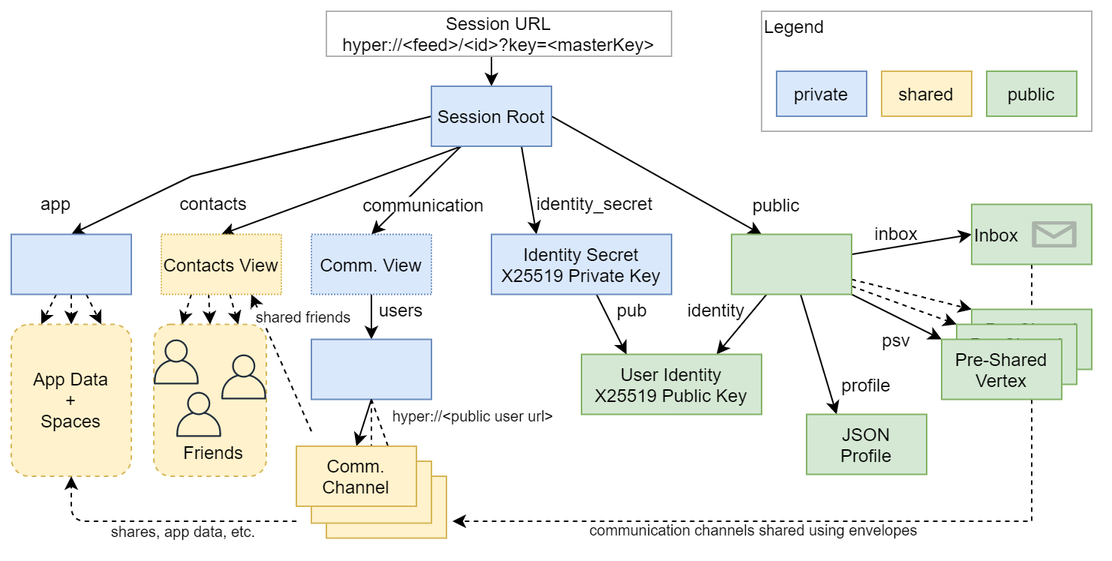
This is docs/session.png from fsteff/certacrypt, a draw.io export, as it was before one commit. Source tidied: cells renumbered, new cells last; positions are measured from the earlier drawing's top-left corner, leaving out a move shared by most shapes.
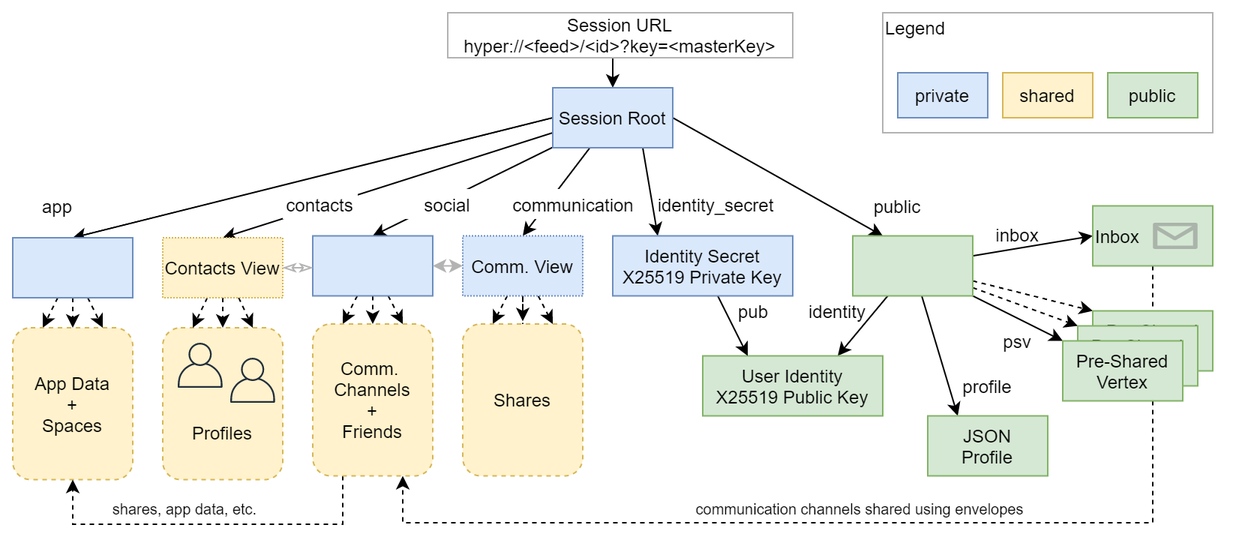
The same file after the commit.

Diff of the diagram source:
```diff
@@ -2,26 +2,17 @@
   <root>
     <mxCell id="0" />
     <mxCell id="1" parent="0" />
-    <mxCell id="2" style="edgeStyle=none;rounded=0;jettySize=auto;html=1;dashed=1;" parent="1" edge="1" source="35">
+    <mxCell id="2" style="edgeStyle=none;rounded=0;jettySize=auto;html=1;dashed=1;entryX=0.75;entryY=1;entryDx=0;entryDy=0;" parent="1" edge="1" source="35" target="82">
       <mxGeometry relative="1" as="geometry">
-        <mxPoint x="294" y="340" as="targetPoint" />
         <Array as="points">
           <mxPoint x="680" y="340" />
+          <mxPoint x="180" y="340" />
         </Array>
       </mxGeometry>
     </mxCell>
     <mxCell id="3" style="rounded=1;whiteSpace=wrap;html=1;fillColor=#fff2cc;dashed=1;strokeColor=#d6b656;" parent="1" vertex="1">
-      <mxGeometry x="95" y="208.8" width="75" height="101.2" as="geometry" />
+      <mxGeometry x="20" y="210" width="80" height="101.2" as="geometry" />
     </mxCell>
-    <mxCell id="4" style="endArrow=classic;html=1;exitX=0.5;exitY=1;exitDx=0;exitDy=0;entryX=0.605;entryY=0.017;entryDx=0;entryDy=0;dashed=1;entryPerimeter=0;" parent="1" edge="1" source="52" target="5">
-      <mxGeometry relative="1" as="geometry" />
-    </mxCell>
-    <mxCell id="5" style="rounded=0;whiteSpace=wrap;html=1;fillColor=#fff2cc;strokeColor=#d6b656;" parent="1" vertex="1">
-      <mxGeometry x="210" y="310" width="80" height="41.2" as="geometry" />
-    </mxCell>
-    <mxCell id="6" style="rounded=0;whiteSpace=wrap;html=1;fillColor=#fff2cc;strokeColor=#d6b656;" parent="1" vertex="1">
-      <mxGeometry x="200" y="300" width="80" height="41.2" as="geometry" />
-    </mxCell>
     <mxCell id="7" style="endArrow=classic;html=1;" parent="1" edge="1">
       <mxGeometry relative="1" as="geometry">
         <mxPoint x="320" y="30" as="sourcePoint" />
@@ -37,7 +28,7 @@
     <mxCell id="10" style="edgeStyle=none;rounded=0;jettySize=auto;html=1;entryX=0.25;entryY=0;entryDx=0;entryDy=0;exitX=0.75;exitY=1;exitDx=0;exitDy=0;" parent="1" edge="1" source="14" target="31">
       <mxGeometry relative="1" as="geometry" />
     </mxCell>
-    <mxCell id="11" style="edgeStyle=none;rounded=0;jettySize=auto;html=1;entryX=0.5;entryY=0;entryDx=0;entryDy=0;exitX=0.25;exitY=1;exitDx=0;exitDy=0;" parent="1" edge="1" source="14" target="41">
+    <mxCell id="11" style="edgeStyle=none;rounded=0;jettySize=auto;html=1;entryX=0.5;entryY=0;entryDx=0;entryDy=0;exitX=0;exitY=0.75;exitDx=0;exitDy=0;" parent="1" edge="1" source="14" target="41">
       <mxGeometry relative="1" as="geometry" />
     </mxCell>
     <mxCell id="12" style="edgeStyle=none;rounded=0;jettySize=auto;html=1;entryX=0.5;entryY=0;entryDx=0;entryDy=0;exitX=0;exitY=0.5;exitDx=0;exitDy=0;" parent="1" edge="1" source="14" target="46">
@@ -50,6 +41,9 @@
     <mxCell id="13" style="rounded=0;jettySize=auto;html=1;entryX=0.5;entryY=0;entryDx=0;entryDy=0;" parent="1" edge="1" source="14" target="50">
       <mxGeometry relative="1" as="geometry" />
     </mxCell>
+    <mxCell id="72" style="edgeStyle=none;rounded=0;jettySize=auto;html=1;entryX=0.5;entryY=0;entryDx=0;entryDy=0;" parent="1" edge="1" source="14" target="80">
+      <mxGeometry relative="1" as="geometry" />
+    </mxCell>
     <mxCell id="14" value="Session Root" style="rounded=0;whiteSpace=wrap;html=1;fillColor=#dae8fc;strokeColor=#6c8ebf;" parent="1" vertex="1">
       <mxGeometry x="280" y="50" width="80" height="40" as="geometry" />
     </mxCell>
@@ -122,20 +116,22 @@
     <mxCell id="37" value="inbox" style="text;html=1;strokeColor=none;fillColor=none;align=center;verticalAlign=middle;whiteSpace=wrap;rounded=0;" parent="1" vertex="1">
       <mxGeometry x="570" y="137.5" width="40" height="20" as="geometry" />
     </mxCell>
-    <mxCell id="38" style="rounded=0;jettySize=auto;html=1;entryX=0.25;entryY=0;entryDx=0;entryDy=0;dashed=1;exitX=0.25;exitY=1;exitDx=0;exitDy=0;" parent="1" edge="1" source="41" target="3">
+    <mxCell id="38" style="rounded=0;jettySize=auto;html=1;entryX=0.25;entryY=0;entryDx=0;entryDy=0;dashed=1;exitX=0.371;exitY=1.001;exitDx=0;exitDy=0;exitPerimeter=0;" parent="1" edge="1" source="41" target="3">
       <mxGeometry relative="1" as="geometry" />
     </mxCell>
-    <mxCell id="39" style="edgeStyle=none;rounded=0;jettySize=auto;html=1;entryX=0.5;entryY=0;entryDx=0;entryDy=0;dashed=1;exitX=0.394;exitY=0.987;exitDx=0;exitDy=0;exitPerimeter=0;" parent="1" edge="1" source="41" target="3">
+    <mxCell id="39" style="edgeStyle=none;rounded=0;jettySize=auto;html=1;entryX=0.5;entryY=0;entryDx=0;entryDy=0;dashed=1;exitX=0.5;exitY=1;exitDx=0;exitDy=0;" parent="1" edge="1" source="41" target="3">
       <mxGeometry relative="1" as="geometry" />
     </mxCell>
-    <mxCell id="40" style="edgeStyle=none;rounded=0;jettySize=auto;html=1;entryX=0.75;entryY=0;entryDx=0;entryDy=0;dashed=1;" parent="1" edge="1" source="41" target="3">
-      <mxGeometry relative="1" as="geometry" />
+    <mxCell id="40" style="edgeStyle=none;rounded=0;jettySize=auto;html=1;entryX=0.75;entryY=0;entryDx=0;entryDy=0;dashed=1;" parent="1" edge="1" target="3">
+      <mxGeometry relative="1" as="geometry">
+        <mxPoint x="70.6" y="190" as="sourcePoint" />
+      </mxGeometry>
     </mxCell>
     <mxCell id="41" value="Contacts View" style="rounded=0;whiteSpace=wrap;html=1;fillColor=#fff2cc;dashed=1;dashPattern=1 1;strokeColor=#d6b656;" parent="1" vertex="1">
-      <mxGeometry x="100" y="148.8" width="80" height="40" as="geometry" />
+      <mxGeometry x="20" y="150" width="80" height="40" as="geometry" />
     </mxCell>
     <mxCell id="42" value="app" style="text;html=1;strokeColor=none;fillColor=none;align=center;verticalAlign=middle;whiteSpace=wrap;rounded=0;" parent="1" vertex="1">
-      <mxGeometry x="10" y="117.5" width="40" height="20" as="geometry" />
+      <mxGeometry x="-70" y="118.8" width="40" height="20" as="geometry" />
     </mxCell>
     <mxCell id="43" style="edgeStyle=none;rounded=0;jettySize=auto;html=1;dashed=1;" parent="1" edge="1" source="46" target="48">
       <mxGeometry relative="1" as="geometry" />
@@ -147,74 +143,51 @@
       <mxGeometry relative="1" as="geometry" />
     </mxCell>
     <mxCell id="46" style="rounded=0;whiteSpace=wrap;html=1;fillColor=#dae8fc;strokeColor=#6c8ebf;" parent="1" vertex="1">
-      <mxGeometry y="148.8" width="80" height="40" as="geometry" />
+      <mxGeometry x="-80" y="150" width="80" height="40" as="geometry" />
     </mxCell>
-    <mxCell id="47" value="contacts" style="text;html=1;strokeColor=none;fillColor=none;align=center;verticalAlign=middle;whiteSpace=wrap;rounded=0;" parent="1" vertex="1">
-      <mxGeometry x="110" y="117.5" width="50" height="20" as="geometry" />
+    <mxCell id="47" value="contacts" style="text;html=1;strokeColor=none;align=center;verticalAlign=middle;whiteSpace=wrap;rounded=0;fillColor=#ffffff;" parent="1" vertex="1">
+      <mxGeometry x="100" y="117.5" width="50" height="20" as="geometry" />
     </mxCell>
     <mxCell id="48" value="App Data&lt;br&gt;+&lt;br&gt;Spaces" style="rounded=1;whiteSpace=wrap;html=1;dashed=1;fillColor=#fff2cc;strokeColor=#d6b656;" parent="1" vertex="1">
-      <mxGeometry y="208.8" width="80" height="101.2" as="geometry" />
+      <mxGeometry x="-80" y="210" width="80" height="101.2" as="geometry" />
     </mxCell>
-    <mxCell id="49" style="edgeStyle=none;rounded=0;jettySize=auto;html=1;entryX=0.5;entryY=0;entryDx=0;entryDy=0;" parent="1" edge="1" source="50" target="52">
-      <mxGeometry relative="1" as="geometry" />
-    </mxCell>
+    <mxCell id="73" style="edgeStyle=orthogonalEdgeStyle;rounded=0;jettySize=auto;html=1;entryX=0.5;entryY=-0.018;entryDx=0;entryDy=0;entryPerimeter=0;dashed=1;" parent="1" edge="1" source="50" target="76">
+      <mxGeometry relative="1" as="geometry" />
+    </mxCell>
+    <mxCell id="74" style="rounded=0;jettySize=auto;html=1;entryX=0.75;entryY=0;entryDx=0;entryDy=0;dashed=1;" parent="1" edge="1" source="50" target="76">
+      <mxGeometry relative="1" as="geometry" />
+    </mxCell>
+    <mxCell id="75" style="edgeStyle=none;rounded=0;jettySize=auto;html=1;entryX=0.25;entryY=0;entryDx=0;entryDy=0;dashed=1;" parent="1" edge="1" source="50" target="76">
+      <mxGeometry relative="1" as="geometry" />
+    </mxCell>
     <mxCell id="50" value="Comm. View" style="rounded=0;whiteSpace=wrap;html=1;fillColor=#dae8fc;dashed=1;dashPattern=1 1;strokeColor=#6c8ebf;" parent="1" vertex="1">
-      <mxGeometry x="200" y="148.8" width="80" height="40" as="geometry" />
+      <mxGeometry x="220" y="148.8" width="80" height="40" as="geometry" />
     </mxCell>
-    <mxCell id="51" value="&lt;font style=&quot;font-size: 12px&quot;&gt;communication&lt;/font&gt;" style="text;html=1;strokeColor=none;align=center;verticalAlign=middle;whiteSpace=wrap;rounded=0;fillColor=#FFFFFF;" parent="1" vertex="1">
-      <mxGeometry x="230" y="123.8" width="90" height="10" as="geometry" />
+    <mxCell id="51" value="&lt;font style=&quot;font-size: 12px&quot;&gt;social&lt;/font&gt;" style="text;html=1;strokeColor=none;align=center;verticalAlign=middle;whiteSpace=wrap;rounded=0;fillColor=#ffffff;" parent="1" vertex="1">
+      <mxGeometry x="180" y="117.5" width="60" height="20" as="geometry" />
     </mxCell>
-    <mxCell id="52" style="rounded=0;whiteSpace=wrap;html=1;fillColor=#dae8fc;strokeColor=#6c8ebf;" parent="1" vertex="1">
-      <mxGeometry x="200" y="218.8" width="80" height="40" as="geometry" />
-    </mxCell>
-    <mxCell id="53" value="users" style="text;html=1;strokeColor=none;fillColor=none;align=center;verticalAlign=middle;whiteSpace=wrap;rounded=0;" parent="1" vertex="1">
-      <mxGeometry x="240" y="188.8" width="40" height="20" as="geometry" />
-    </mxCell>
-    <mxCell id="54" style="endArrow=classic;html=1;exitX=0.5;exitY=1;exitDx=0;exitDy=0;entryX=0.5;entryY=0;entryDx=0;entryDy=0;" parent="1" edge="1" source="52" target="57">
-      <mxGeometry relative="1" as="geometry" />
-    </mxCell>
-    <mxCell id="55" style="endArrow=classic;html=1;exitX=0.5;exitY=1;exitDx=0;exitDy=0;entryX=0.5;entryY=0;entryDx=0;entryDy=0;dashed=1;" parent="1" edge="1" source="52" target="6">
-      <mxGeometry relative="1" as="geometry" />
-    </mxCell>
-    <mxCell id="56" value="&lt;font style=&quot;font-size: 10px&quot;&gt;hyper://&amp;lt;public user url&amp;gt;&lt;/font&gt;" style="text;html=1;strokeColor=none;fillColor=none;align=center;verticalAlign=middle;whiteSpace=wrap;rounded=0;" parent="1" vertex="1">
-      <mxGeometry x="250" y="258.8" width="116" height="20" as="geometry" />
-    </mxCell>
-    <mxCell id="57" value="Comm.&lt;br&gt;Channel" style="rounded=0;whiteSpace=wrap;html=1;fillColor=#fff2cc;strokeColor=#d6b656;" parent="1" vertex="1">
-      <mxGeometry x="190" y="290" width="80" height="40" as="geometry" />
-    </mxCell>
-    <mxCell id="58" style="endArrow=classic;html=1;dashed=1;entryX=0.5;entryY=1;entryDx=0;entryDy=0;edgeStyle=orthogonalEdgeStyle;" parent="1" edge="1" target="48">
+    <mxCell id="58" style="endArrow=classic;html=1;dashed=1;entryX=0.5;entryY=1;entryDx=0;entryDy=0;edgeStyle=orthogonalEdgeStyle;exitX=0.25;exitY=1;exitDx=0;exitDy=0;rounded=0;" parent="1" edge="1" source="82" target="48">
       <mxGeometry relative="1" as="geometry">
-        <mxPoint x="190" y="340" as="sourcePoint" />
         <Array as="points">
-          <mxPoint x="40" y="340" />
+          <mxPoint x="140" y="341" />
+          <mxPoint x="-40" y="341" />
         </Array>
       </mxGeometry>
     </mxCell>
-    <mxCell id="59" style="endArrow=classic;html=1;dashed=1;entryX=0.75;entryY=1;entryDx=0;entryDy=0;" parent="1" edge="1" target="41">
-      <mxGeometry relative="1" as="geometry">
-        <mxPoint x="200" y="280" as="sourcePoint" />
-      </mxGeometry>
-    </mxCell>
     <mxCell id="60" value="&lt;font style=&quot;font-size: 10px&quot;&gt;shares, app data, etc.&lt;/font&gt;" style="text;html=1;strokeColor=none;fillColor=none;align=center;verticalAlign=middle;whiteSpace=wrap;rounded=0;" parent="1" vertex="1">
-      <mxGeometry x="30" y="341.2" width="170" height="8.8" as="geometry" />
+      <mxGeometry x="-50" y="320" width="170" height="20.6" as="geometry" />
     </mxCell>
-    <mxCell id="61" value="&lt;font style=&quot;font-size: 10px&quot;&gt;shared friends&lt;/font&gt;" style="text;html=1;strokeColor=none;align=center;verticalAlign=middle;whiteSpace=wrap;rounded=0;fillColor=#ffffff;" parent="1" vertex="1">
-      <mxGeometry x="160" y="197.5" width="70" height="11.2" as="geometry" />
-    </mxCell>
     <mxCell id="62" style="fontColor=#232F3E;gradientColor=none;fillColor=#232F3E;strokeColor=none;dashed=0;verticalLabelPosition=bottom;verticalAlign=top;align=center;html=1;fontSize=12;fontStyle=0;shape=mxgraph.aws4.user;" parent="1" vertex="1">
-      <mxGeometry x="95" y="218.8" width="30" height="30" as="geometry" />
+      <mxGeometry x="30" y="220" width="30" height="30" as="geometry" />
     </mxCell>
     <mxCell id="63" style="fontColor=#232F3E;gradientColor=none;fillColor=#232F3E;strokeColor=none;dashed=0;verticalLabelPosition=bottom;verticalAlign=top;align=center;html=1;fontSize=12;fontStyle=0;shape=mxgraph.aws4.user;" parent="1" vertex="1">
-      <mxGeometry x="140" y="228.8" width="30" height="30" as="geometry" />
+      <mxGeometry x="65" y="230" width="30" height="30" as="geometry" />
     </mxCell>
-    <mxCell id="64" style="fontColor=#232F3E;gradientColor=none;fillColor=#232F3E;strokeColor=none;dashed=0;verticalLabelPosition=bottom;verticalAlign=top;align=center;html=1;fontSize=12;fontStyle=0;shape=mxgraph.aws4.user;" parent="1" vertex="1">
-      <mxGeometry x="110" y="253.8" width="30" height="30" as="geometry" />
-    </mxCell>
-    <mxCell id="65" value="Friends" style="text;html=1;strokeColor=none;fillColor=none;align=center;verticalAlign=middle;whiteSpace=wrap;rounded=0;dashed=1;" parent="1" vertex="1">
-      <mxGeometry x="110" y="283.8" width="50" height="20" as="geometry" />
+    <mxCell id="65" value="Profiles" style="text;html=1;strokeColor=none;fillColor=none;align=center;verticalAlign=middle;whiteSpace=wrap;rounded=0;dashed=1;" parent="1" vertex="1">
+      <mxGeometry x="35" y="270" width="50" height="20" as="geometry" />
     </mxCell>
     <mxCell id="66" value="&lt;font style=&quot;font-size: 10px&quot;&gt;communication channels shared using envelopes&lt;/font&gt;" style="text;html=1;strokeColor=none;fillColor=none;align=center;verticalAlign=middle;whiteSpace=wrap;rounded=0;dashed=1;dashPattern=1 1;" parent="1" vertex="1">
-      <mxGeometry x="360" y="340.6" width="270" height="9.4" as="geometry" />
+      <mxGeometry x="350" y="320" width="270" height="20" as="geometry" />
     </mxCell>
     <mxCell id="67" style="rounded=0;whiteSpace=wrap;html=1;fillColor=none;strokeColor=#B3B3B3;" parent="1" vertex="1">
       <mxGeometry x="500" width="220" height="80" as="geometry" />
@@ -231,5 +204,34 @@
     <mxCell id="71" value="public" style="rounded=0;whiteSpace=wrap;html=1;strokeColor=#82b366;fillColor=#d5e8d4;" parent="1" vertex="1">
       <mxGeometry x="650" y="40" width="60" height="30" as="geometry" />
     </mxCell>
+    <mxCell id="76" value="Shares" style="rounded=1;whiteSpace=wrap;html=1;dashed=1;fillColor=#fff2cc;strokeColor=#d6b656;" parent="1" vertex="1">
+      <mxGeometry x="220" y="207.5" width="80" height="101.2" as="geometry" />
+    </mxCell>
+    <mxCell id="77" style="edgeStyle=none;rounded=0;jettySize=auto;html=1;entryX=0.5;entryY=0;entryDx=0;entryDy=0;dashed=1;" parent="1" edge="1" source="80" target="82">
+      <mxGeometry relative="1" as="geometry" />
+    </mxCell>
+    <mxCell id="78" style="edgeStyle=none;rounded=0;jettySize=auto;html=1;entryX=0.75;entryY=0;entryDx=0;entryDy=0;dashed=1;" parent="1" edge="1" source="80" target="82">
+      <mxGeometry relative="1" as="geometry" />
+    </mxCell>
+    <mxCell id="79" style="edgeStyle=none;rounded=0;jettySize=auto;html=1;entryX=0.25;entryY=0;entryDx=0;entryDy=0;dashed=1;" parent="1" edge="1" source="80" target="82">
+      <mxGeometry relative="1" as="geometry" />
+    </mxCell>
+    <mxCell id="80" style="rounded=0;whiteSpace=wrap;html=1;fillColor=#dae8fc;strokeColor=#6c8ebf;" parent="1" vertex="1">
+      <mxGeometry x="120" y="148.8" width="80" height="40" as="geometry" />
+    </mxCell>
+    <mxCell id="81" value="communication" style="text;html=1;strokeColor=none;align=center;verticalAlign=middle;whiteSpace=wrap;rounded=0;fillColor=#ffffff;" parent="1" vertex="1">
+      <mxGeometry x="249" y="117.5" width="90" height="20" as="geometry" />
+    </mxCell>
+    <mxCell id="82" value="Comm.&amp;nbsp;&lt;br&gt;Channels&lt;br&gt;+&lt;br&gt;Friends" style="rounded=1;whiteSpace=wrap;html=1;dashed=1;fillColor=#fff2cc;strokeColor=#d6b656;" parent="1" vertex="1">
+      <mxGeometry x="120" y="207.5" width="80" height="101.2" as="geometry" />
+    </mxCell>
+    <mxCell id="83" style="endArrow=classicThin;startArrow=classicThin;html=1;exitX=1;exitY=0.5;exitDx=0;exitDy=0;startFill=0;endFill=0;strokeColor=#B3B3B3;" parent="1" edge="1" source="41">
+      <mxGeometry relative="1" as="geometry">
+        <mxPoint x="120" y="170" as="targetPoint" />
+      </mxGeometry>
+    </mxCell>
+    <mxCell id="84" style="endArrow=classic;startArrow=classic;html=1;strokeColor=#B3B3B3;exitX=1;exitY=0.5;exitDx=0;exitDy=0;entryX=0;entryY=0.5;entryDx=0;entryDy=0;" parent="1" edge="1" source="80" target="50">
+      <mxGeometry relative="1" as="geometry" />
+    </mxCell>
   </root>
 </mxGraphModel>
```
